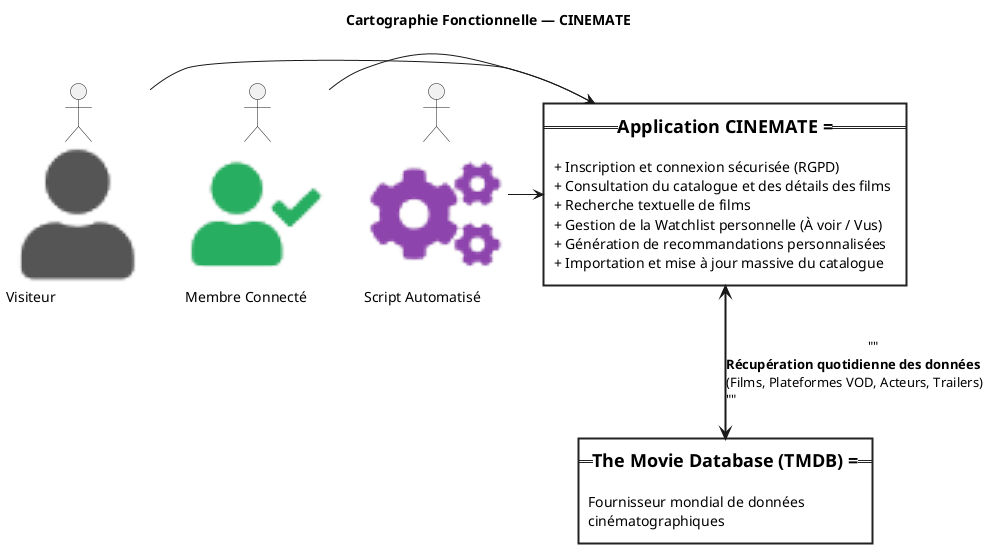
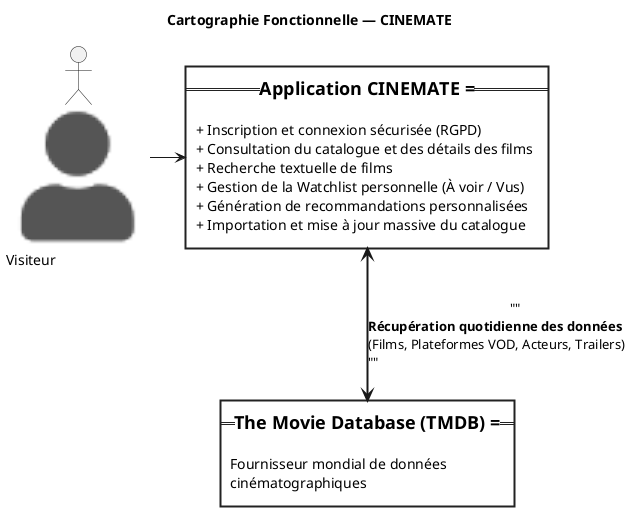
@startuml funcmap
title Cartographie Fonctionnelle — CINEMATE

!include <tupadr3/common>
!include <tupadr3/font-awesome-5/user>
!include <tupadr3/font-awesome-5/user_check>
!include <tupadr3/font-awesome-5/cogs>

skinparam shadowing false
skinparam RoundCorner 0
skinparam DefaultTextAlignment left

skinparam rectangle {
    BackgroundColor White
    BorderThickness 2
    BorderColor #222222
}

' ACTEURS
actor "<color:#555555><$user{scale=3}></color>\nVisiteur" as Visiteur
- actor "<color:#27AE60><$user_check{scale=3}></color>\nMembre Connecté" as Membre
- actor "<color:#8E44AD><$cogs{scale=3}></color>\nScript Automatisé" as Cron
+ 

' SYSTÈME PRINCIPAL
rectangle "=== Application CINEMATE ===\n\n+ Inscription et connexion sécurisée (RGPD)\n+ Consultation du catalogue et des détails des films\n+ Recherche textuelle de films\n+ Gestion de la Watchlist personnelle (À voir / Vus)\n+ Génération de recommandations personnalisées\n+ Importation et mise à jour massive du catalogue" as Cinemate

' SYSTÈME EXTERNE
rectangle "=== The Movie Database (TMDB) ===\n\nFournisseur mondial de données\ncinématographiques" as TMDB

' ACTIONS DES ACTEURS VERS LE SYSTÈME (Flèches fines)
Visiteur -right-> Cinemate
- Membre -right-> Cinemate
- Cron -right-> Cinemate

' FLUX D'ÉCHANGE ENTRE SYSTÈMES (Flèche large avec <=>)
Cinemate <=down=> TMDB : ""                                          ""\n**Récupération quotidienne des données**\n(Films, Plateformes VOD, Acteurs, Trailers)\n""                                          ""

@enduml
